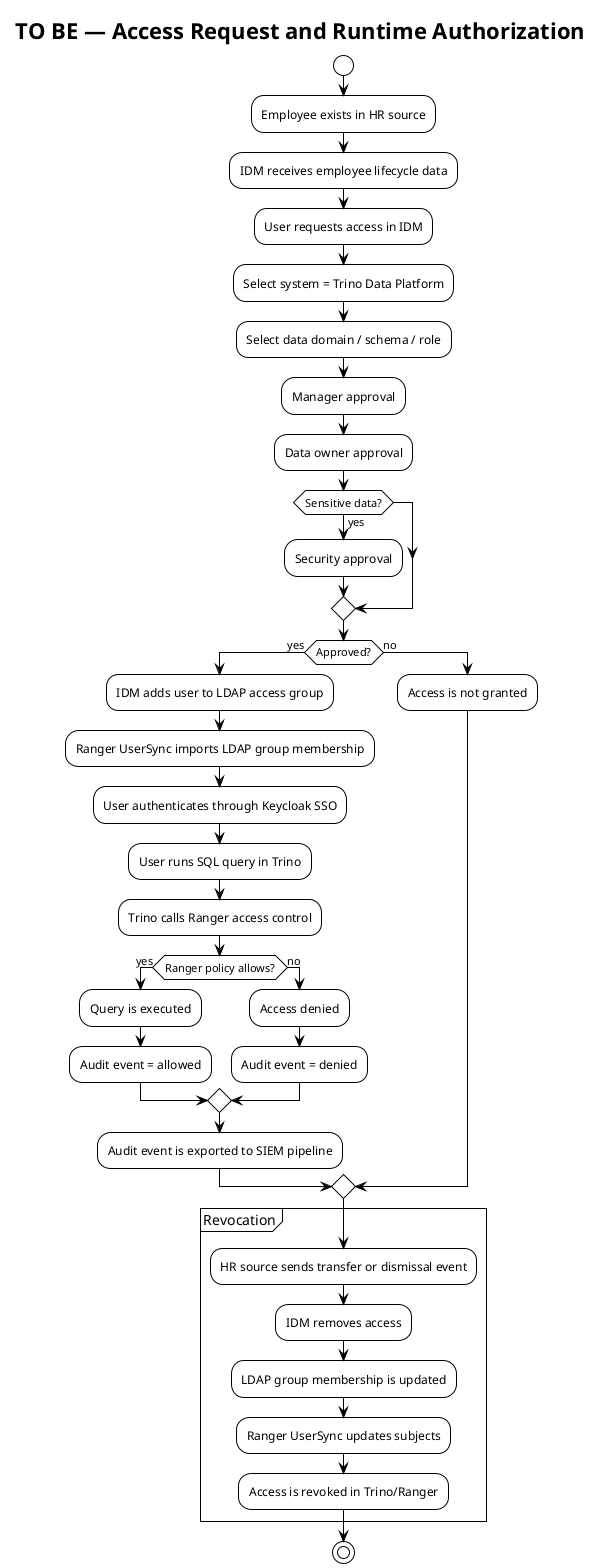
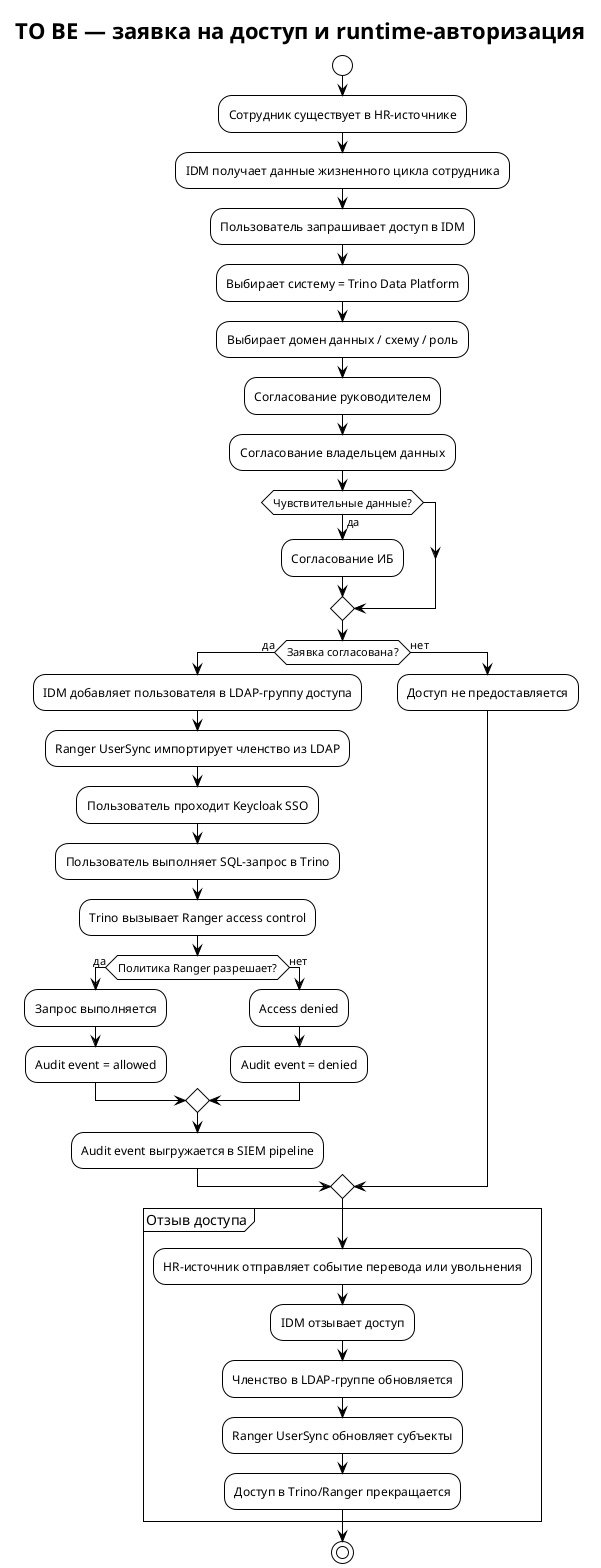
@startuml
!theme plain
skinparam shadowing false

- title TO BE — Access Request and Runtime Authorization
+ title TO BE — заявка на доступ и runtime-авторизация

start
- :Employee exists in HR source;
- :IDM receives employee lifecycle data;
- :User requests access in IDM;
- :Select system = Trino Data Platform;
- :Select data domain / schema / role;
+ :Сотрудник существует в HR-источнике;
+ :IDM получает данные жизненного цикла сотрудника;
+ :Пользователь запрашивает доступ в IDM;
+ :Выбирает систему = Trino Data Platform;
+ :Выбирает домен данных / схему / роль;

- :Manager approval;
- :Data owner approval;
- if (Sensitive data?) then (yes)
-   :Security approval;
+ :Согласование руководителем;
+ :Согласование владельцем данных;
+ if (Чувствительные данные?) then (да)
+   :Согласование ИБ;
endif

- if (Approved?) then (yes)
-   :IDM adds user to LDAP access group;
-   :Ranger UserSync imports LDAP group membership;
-   :User authenticates through Keycloak SSO;
-   :User runs SQL query in Trino;
-   :Trino calls Ranger access control;
-   if (Ranger policy allows?) then (yes)
-     :Query is executed;
+ if (Заявка согласована?) then (да)
+   :IDM добавляет пользователя в LDAP-группу доступа;
+   :Ranger UserSync импортирует членство из LDAP;
+   :Пользователь проходит Keycloak SSO;
+   :Пользователь выполняет SQL-запрос в Trino;
+   :Trino вызывает Ranger access control;
+   if (Политика Ranger разрешает?) then (да)
+     :Запрос выполняется;
    :Audit event = allowed;
-   else (no)
+   else (нет)
    :Access denied;
    :Audit event = denied;
  endif
-   :Audit event is exported to SIEM pipeline;
- else (no)
-   :Access is not granted;
+   :Audit event выгружается в SIEM pipeline;
+ else (нет)
+   :Доступ не предоставляется;
endif

- partition "Revocation" {
-   :HR source sends transfer or dismissal event;
-   :IDM removes access;
-   :LDAP group membership is updated;
-   :Ranger UserSync updates subjects;
-   :Access is revoked in Trino/Ranger;
+ partition "Отзыв доступа" {
+   :HR-источник отправляет событие перевода или увольнения;
+   :IDM отзывает доступ;
+   :Членство в LDAP-группе обновляется;
+   :Ranger UserSync обновляет субъекты;
+   :Доступ в Trino/Ranger прекращается;
}

stop
@enduml
